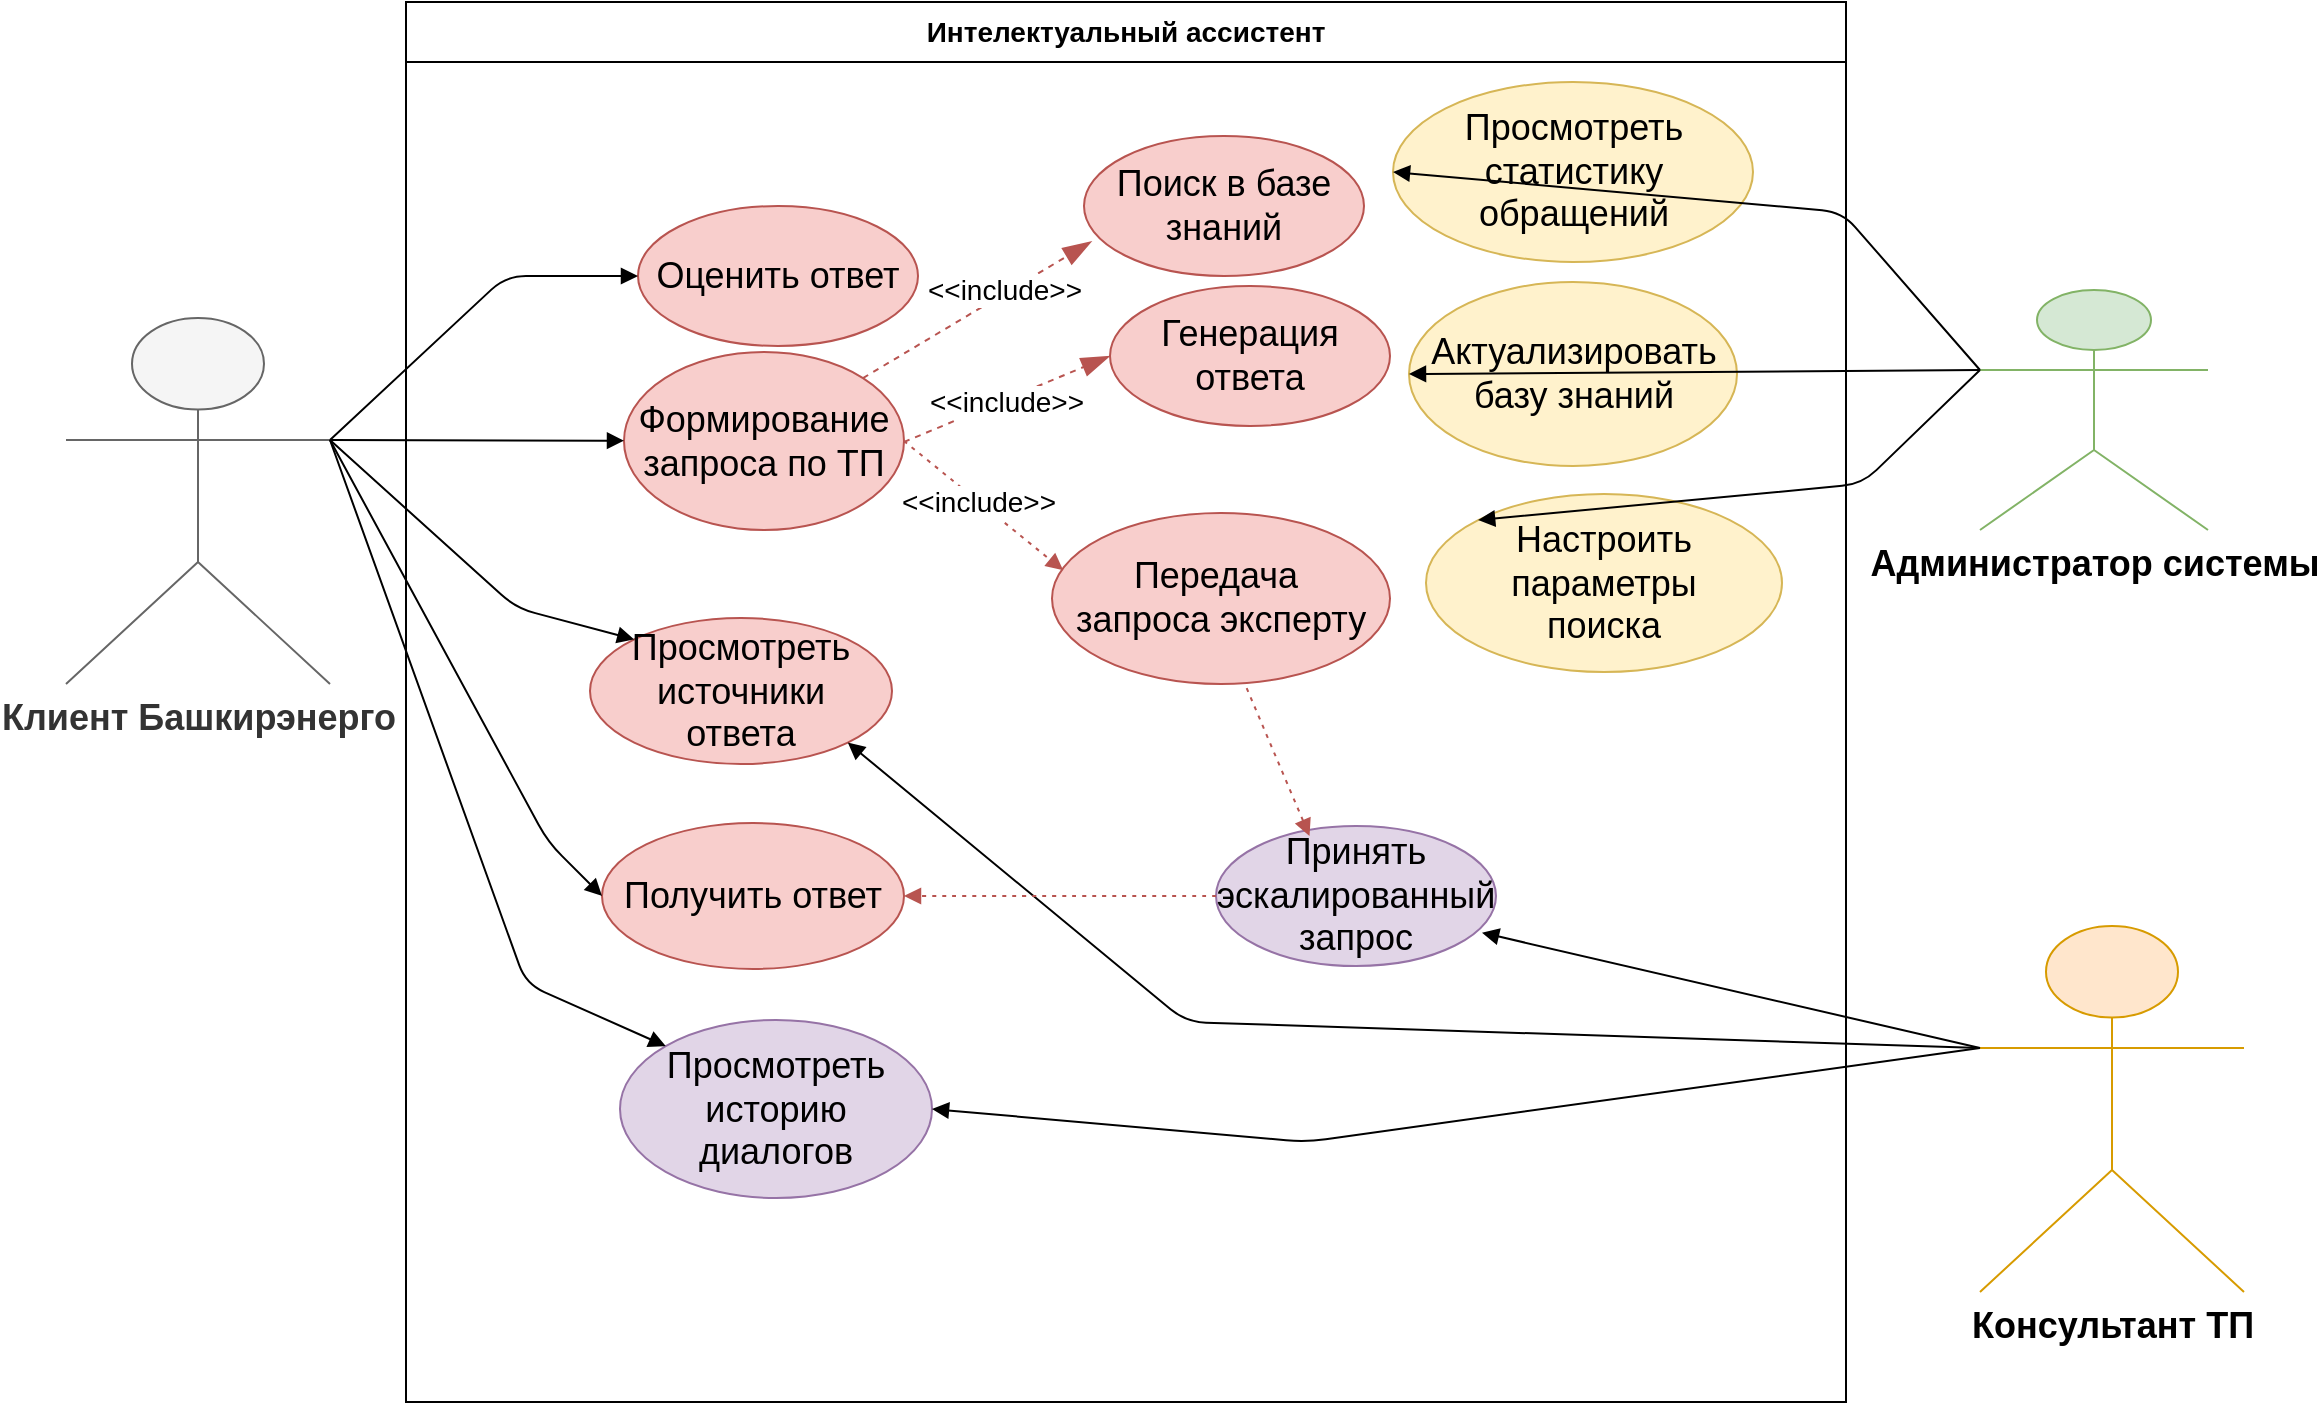
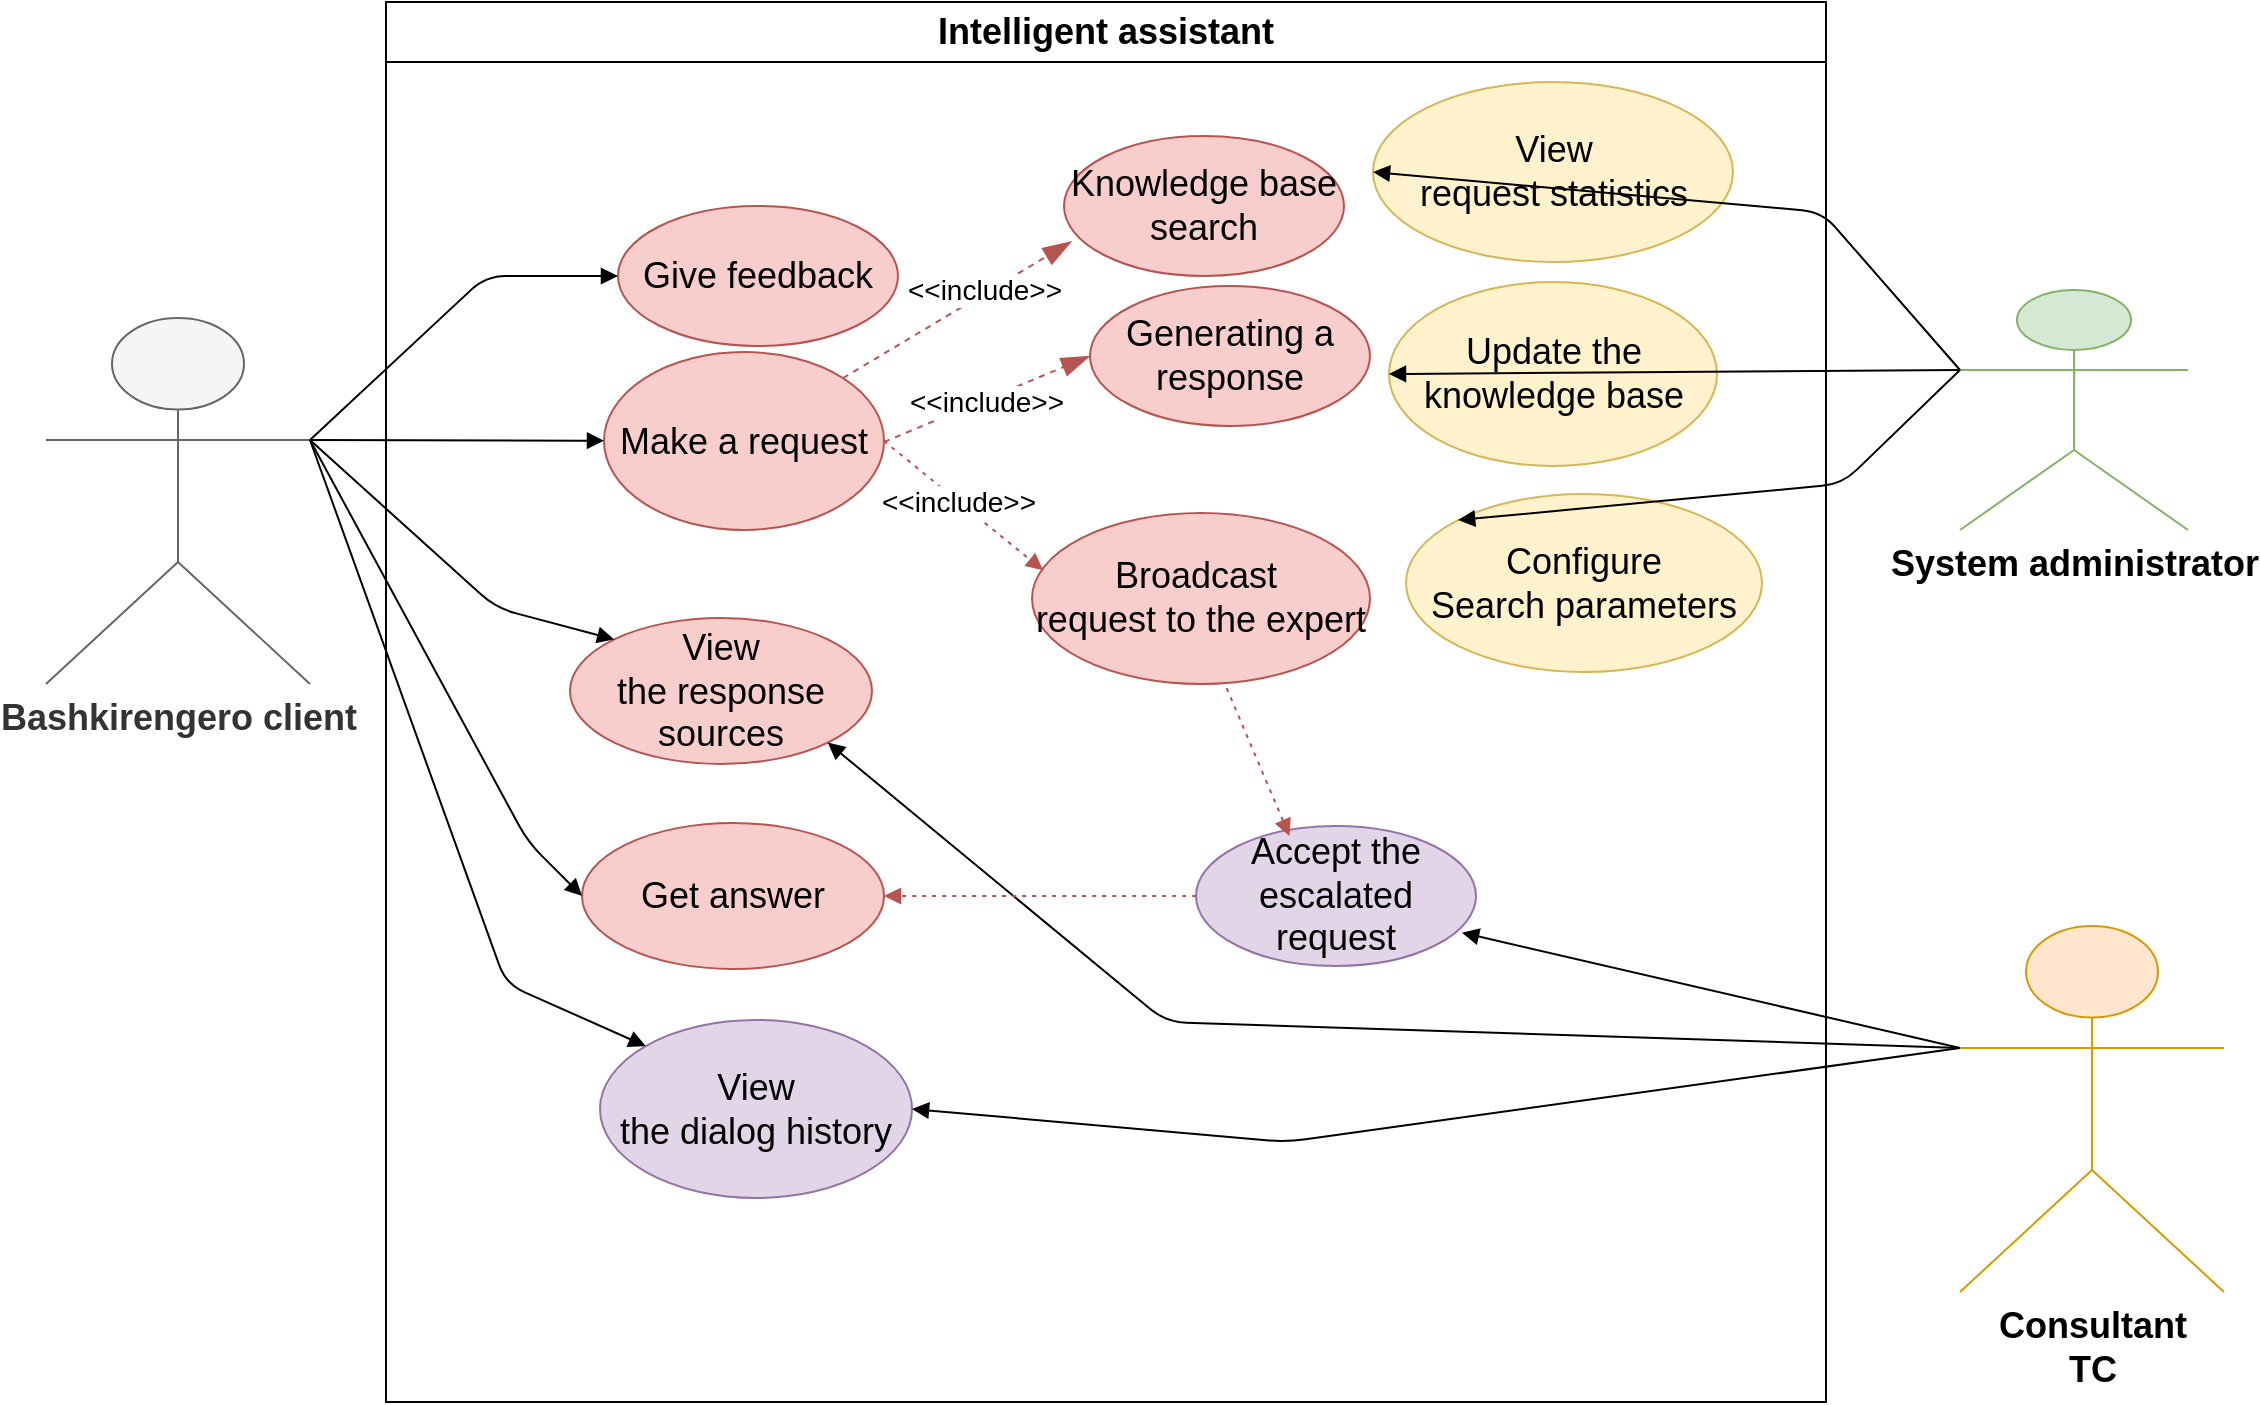
- <mxfile host="Electron" agent="Mozilla/5.0 (Windows NT 10.0; Win64; x64) AppleWebKit/537.36 (KHTML, like Gecko) draw.io/29.6.6 Chrome/144.0.7559.236 Electron/40.8.4 Safari/537.36" version="29.6.6">
+ <mxfile host="Electron" agent="Mozilla/5.0 (Windows NT 10.0; Win64; x64) AppleWebKit/537.36 (KHTML, like Gecko) draw.io/29.6.6 Chrome/144.0.7559.236 Electron/40.8.4 Safari/537.36">
  <diagram name="Страница-1" id="aIqs4D2-cnRUgTX9R6WZ">
-     <mxGraphModel dx="1303" dy="825" grid="0" gridSize="10" guides="1" tooltips="1" connect="1" arrows="1" fold="1" page="1" pageScale="1" pageWidth="1169" pageHeight="827" math="0" shadow="0">
+     <mxGraphModel dx="1471" dy="943" grid="0" gridSize="10" guides="1" tooltips="1" connect="1" arrows="1" fold="1" page="1" pageScale="1" pageWidth="1169" pageHeight="827" math="0" shadow="0">
      <root>
        <mxCell id="0" />
        <mxCell id="1" parent="0" />
        <mxCell id="nmMrQN5FTcKSBZtgDeGv-4" parent="1" style="rounded=0;whiteSpace=wrap;html=1;" value="" vertex="1">
          <mxGeometry height="700" width="720" x="210" y="72" as="geometry" />
        </mxCell>
-         <mxCell id="Z1PhII5mIWMripJAgr6w-1" parent="1" style="shape=umlActor;verticalLabelPosition=bottom;verticalAlign=top;html=1;flipH=1;legacyAnchorPoints=0;fontSize=18;fillColor=#ffe6cc;strokeColor=#d79b00;fontStyle=1" value="Консультант ТП" vertex="1">
+         <mxCell id="Z1PhII5mIWMripJAgr6w-1" parent="1" style="shape=umlActor;verticalLabelPosition=bottom;verticalAlign=top;html=1;flipH=1;legacyAnchorPoints=0;fontSize=18;fillColor=#ffe6cc;strokeColor=#d79b00;fontStyle=1" value="&lt;span class=&quot;YPkS7KbdpWfGdYKd3QB9&quot; data-src-align=&quot;0:11&quot; style=&quot;white-space: pre-wrap;&quot;&gt;Consultant TC&lt;/span&gt;" vertex="1">
          <mxGeometry height="183" width="132" x="997" y="534" as="geometry" />
        </mxCell>
-         <mxCell id="Z1PhII5mIWMripJAgr6w-2" parent="1" style="shape=umlActor;verticalLabelPosition=bottom;verticalAlign=top;html=1;flipH=1;legacyAnchorPoints=0;fontSize=18;fillColor=#d5e8d4;strokeColor=#82b366;" value="&lt;span data-path-to-node=&quot;8,2,0&quot; data-index-in-node=&quot;26&quot;&gt;&lt;b&gt;Администратор системы&lt;/b&gt;&lt;/span&gt;" vertex="1">
+         <mxCell id="Z1PhII5mIWMripJAgr6w-2" parent="1" style="shape=umlActor;verticalLabelPosition=bottom;verticalAlign=top;html=1;flipH=1;legacyAnchorPoints=0;fontSize=18;fillColor=#d5e8d4;strokeColor=#82b366;" value="&lt;span data-path-to-node=&quot;8,2,0&quot; data-index-in-node=&quot;26&quot;&gt;&lt;b&gt;System administrator&lt;/b&gt;&lt;/span&gt;" vertex="1">
          <mxGeometry height="120" width="114" x="997" y="216" as="geometry" />
        </mxCell>
-         <mxCell id="Z1PhII5mIWMripJAgr6w-3" parent="1" style="shape=umlActor;verticalLabelPosition=bottom;verticalAlign=top;html=1;fontSize=18;fillColor=#f5f5f5;strokeColor=#666666;fontColor=#333333;fontStyle=1" value="Клиент Башкирэнерго" vertex="1">
+         <mxCell id="Z1PhII5mIWMripJAgr6w-3" parent="1" style="shape=umlActor;verticalLabelPosition=bottom;verticalAlign=top;html=1;fontSize=18;fillColor=#f5f5f5;strokeColor=#666666;fontColor=#333333;fontStyle=1" value="Bashkirengero client" vertex="1">
          <mxGeometry height="183" width="132" x="40" y="230" as="geometry" />
        </mxCell>
-         <mxCell id="Z1PhII5mIWMripJAgr6w-4" parent="1" style="ellipse;whiteSpace=wrap;html=1;fontSize=18;fillColor=#f8cecc;strokeColor=#b85450;" value="Просмотреть источники&lt;br style=&quot;padding: 0px; margin: 0px;&quot;&gt;ответа" vertex="1">
+         <mxCell id="Z1PhII5mIWMripJAgr6w-4" parent="1" style="ellipse;whiteSpace=wrap;html=1;fontSize=18;fillColor=#f8cecc;strokeColor=#b85450;" value="&lt;div&gt;View&lt;/div&gt;&lt;div&gt;the response sources&lt;/div&gt;" vertex="1">
          <mxGeometry height="73" width="151" x="302" y="380" as="geometry" />
        </mxCell>
-         <mxCell id="Z1PhII5mIWMripJAgr6w-5" parent="1" style="ellipse;whiteSpace=wrap;html=1;fontSize=18;fillColor=#e1d5e7;strokeColor=#9673a6;" value="Просмотреть историю&lt;br style=&quot;padding: 0px; margin: 0px;&quot;&gt;диалогов" vertex="1">
+         <mxCell id="Z1PhII5mIWMripJAgr6w-5" parent="1" style="ellipse;whiteSpace=wrap;html=1;fontSize=18;fillColor=#e1d5e7;strokeColor=#9673a6;" value="&lt;div&gt;View&lt;/div&gt;&lt;div&gt;the dialog history&lt;/div&gt;" vertex="1">
          <mxGeometry height="89" width="156" x="317" y="581" as="geometry" />
        </mxCell>
-         <mxCell id="Z1PhII5mIWMripJAgr6w-6" parent="1" style="ellipse;whiteSpace=wrap;html=1;fontSize=18;fillColor=#f8cecc;strokeColor=#b85450;" value="Оценить ответ" vertex="1">
+         <mxCell id="Z1PhII5mIWMripJAgr6w-6" parent="1" style="ellipse;whiteSpace=wrap;html=1;fontSize=18;fillColor=#f8cecc;strokeColor=#b85450;" value="Give feedback" vertex="1">
          <mxGeometry height="70" width="140" x="326" y="174" as="geometry" />
        </mxCell>
        <mxCell id="Z1PhII5mIWMripJAgr6w-7" edge="1" parent="1" source="Z1PhII5mIWMripJAgr6w-3" style="curved=0;startArrow=none;endArrow=block;exitX=1;exitY=0.3333333333333333;rounded=1;exitDx=0;exitDy=0;exitPerimeter=0;entryX=0;entryY=0;entryDx=0;entryDy=0;fontSize=18;" target="Z1PhII5mIWMripJAgr6w-4" value="">
          <mxGeometry relative="1" as="geometry">
            <Array as="points">
              <mxPoint x="265" y="375" />
            </Array>
            <mxPoint x="687" y="243" as="sourcePoint" />
            <mxPoint x="314" y="478" as="targetPoint" />
          </mxGeometry>
        </mxCell>
        <mxCell id="Z1PhII5mIWMripJAgr6w-8" edge="1" parent="1" source="Z1PhII5mIWMripJAgr6w-3" style="curved=0;startArrow=none;endArrow=block;exitX=1;exitY=0.3333333333333333;rounded=1;exitDx=0;exitDy=0;exitPerimeter=0;entryX=0;entryY=0;entryDx=0;entryDy=0;fontSize=18;" target="Z1PhII5mIWMripJAgr6w-5" value="">
          <mxGeometry relative="1" as="geometry">
            <Array as="points">
              <mxPoint x="270" y="563" />
            </Array>
            <mxPoint x="257" y="322" as="sourcePoint" />
            <mxPoint x="388" y="260" as="targetPoint" />
          </mxGeometry>
        </mxCell>
        <mxCell id="Z1PhII5mIWMripJAgr6w-9" edge="1" parent="1" source="Z1PhII5mIWMripJAgr6w-3" style="curved=0;startArrow=none;endArrow=block;rounded=1;exitX=1;exitY=0.3333333333333333;exitDx=0;exitDy=0;exitPerimeter=0;entryX=0;entryY=0.5;entryDx=0;entryDy=0;fontSize=18;" target="Z1PhII5mIWMripJAgr6w-6" value="">
          <mxGeometry relative="1" as="geometry">
            <Array as="points">
              <mxPoint x="260" y="209" />
            </Array>
            <mxPoint x="232" y="330" as="sourcePoint" />
            <mxPoint x="411" y="397" as="targetPoint" />
          </mxGeometry>
        </mxCell>
-         <mxCell id="Z1PhII5mIWMripJAgr6w-10" parent="1" style="ellipse;whiteSpace=wrap;html=1;fontSize=18;fillColor=#f8cecc;strokeColor=#b85450;" value="&lt;span data-path-to-node=&quot;12,1,0,0&quot;&gt;&lt;b data-path-to-node=&quot;12,1,0,0&quot; data-index-in-node=&quot;0&quot;&gt;&lt;/b&gt;&lt;/span&gt;&lt;span data-path-to-node=&quot;12,1,1,0&quot;&gt;Формирование запроса по ТП&lt;/span&gt;" vertex="1">
+         <mxCell id="Z1PhII5mIWMripJAgr6w-10" parent="1" style="ellipse;whiteSpace=wrap;html=1;fontSize=18;fillColor=#f8cecc;strokeColor=#b85450;" value="&lt;span data-path-to-node=&quot;12,1,0,0&quot;&gt;&lt;b data-path-to-node=&quot;12,1,0,0&quot; data-index-in-node=&quot;0&quot;&gt;&lt;/b&gt;&lt;/span&gt;&lt;span data-path-to-node=&quot;12,1,1,0&quot;&gt;Make a request&lt;/span&gt;" vertex="1">
          <mxGeometry height="89" width="140" x="319" y="247" as="geometry" />
        </mxCell>
        <mxCell id="Z1PhII5mIWMripJAgr6w-11" edge="1" parent="1" source="Z1PhII5mIWMripJAgr6w-3" style="curved=0;startArrow=none;endArrow=block;exitX=1;exitY=0.3333333333333333;rounded=1;exitDx=0;exitDy=0;exitPerimeter=0;fontSize=18;" target="Z1PhII5mIWMripJAgr6w-10" value="">
          <mxGeometry relative="1" as="geometry">
            <Array as="points" />
            <mxPoint x="312" y="282" as="sourcePoint" />
            <mxPoint x="437" y="227" as="targetPoint" />
          </mxGeometry>
        </mxCell>
-         <mxCell id="Z1PhII5mIWMripJAgr6w-12" parent="1" style="ellipse;whiteSpace=wrap;html=1;fontSize=18;fillColor=#f8cecc;strokeColor=#b85450;" value="Поиск в базе знаний" vertex="1">
+         <mxCell id="Z1PhII5mIWMripJAgr6w-12" parent="1" style="ellipse;whiteSpace=wrap;html=1;fontSize=18;fillColor=#f8cecc;strokeColor=#b85450;" value="Knowledge base search" vertex="1">
          <mxGeometry height="70" width="140" x="549" y="139" as="geometry" />
        </mxCell>
-         <mxCell id="Z1PhII5mIWMripJAgr6w-13" parent="1" style="ellipse;whiteSpace=wrap;html=1;fontSize=18;fillColor=#f8cecc;strokeColor=#b85450;" value="Генерация ответа" vertex="1">
+         <mxCell id="Z1PhII5mIWMripJAgr6w-13" parent="1" style="ellipse;whiteSpace=wrap;html=1;fontSize=18;fillColor=#f8cecc;strokeColor=#b85450;" value="Generating a response" vertex="1">
          <mxGeometry height="70" width="140" x="562" y="214" as="geometry" />
        </mxCell>
-         <mxCell id="Z1PhII5mIWMripJAgr6w-14" parent="1" style="ellipse;whiteSpace=wrap;html=1;fontSize=18;fillColor=#e1d5e7;strokeColor=#9673a6;" value="Принять эскалированный&lt;br style=&quot;padding: 0px; margin: 0px;&quot;&gt;запрос" vertex="1">
+         <mxCell id="Z1PhII5mIWMripJAgr6w-14" parent="1" style="ellipse;whiteSpace=wrap;html=1;fontSize=18;fillColor=#e1d5e7;strokeColor=#9673a6;" value="&lt;div&gt;Accept the escalated&lt;/div&gt;&lt;div&gt;request&lt;/div&gt;" vertex="1">
          <mxGeometry height="70" width="140" x="615" y="484" as="geometry" />
        </mxCell>
        <mxCell id="Z1PhII5mIWMripJAgr6w-15" edge="1" parent="1" source="Z1PhII5mIWMripJAgr6w-1" style="curved=0;startArrow=none;endArrow=block;exitX=1;exitY=0.3333333333333333;rounded=1;exitDx=0;exitDy=0;exitPerimeter=0;fontSize=18;entryX=1;entryY=1;entryDx=0;entryDy=0;" target="Z1PhII5mIWMripJAgr6w-4" value="">
          <mxGeometry relative="1" as="geometry">
            <Array as="points">
              <mxPoint x="600" y="582" />
            </Array>
            <mxPoint x="286" y="603" as="sourcePoint" />
            <mxPoint x="420" y="957" as="targetPoint" />
          </mxGeometry>
        </mxCell>
        <mxCell id="Z1PhII5mIWMripJAgr6w-17" edge="1" parent="1" source="Z1PhII5mIWMripJAgr6w-1" style="curved=0;startArrow=none;endArrow=block;exitX=1;exitY=0.3333333333333333;rounded=1;exitDx=0;exitDy=0;exitPerimeter=0;fontSize=18;entryX=1;entryY=0.5;entryDx=0;entryDy=0;" target="Z1PhII5mIWMripJAgr6w-5" value="">
          <mxGeometry relative="1" as="geometry">
            <Array as="points">
              <mxPoint x="660" y="642" />
            </Array>
            <mxPoint x="466" y="709" as="sourcePoint" />
            <mxPoint x="560" y="672" as="targetPoint" />
          </mxGeometry>
        </mxCell>
        <mxCell id="Z1PhII5mIWMripJAgr6w-18" edge="1" parent="1" source="Z1PhII5mIWMripJAgr6w-1" style="curved=0;startArrow=none;endArrow=block;exitX=1;exitY=0.3333333333333333;rounded=1;exitDx=0;exitDy=0;exitPerimeter=0;entryX=0.95;entryY=0.762;entryDx=0;entryDy=0;entryPerimeter=0;fontSize=18;" target="Z1PhII5mIWMripJAgr6w-14" value="">
          <mxGeometry relative="1" as="geometry">
            <Array as="points" />
            <mxPoint x="298" y="675" as="sourcePoint" />
            <mxPoint x="413" y="659" as="targetPoint" />
          </mxGeometry>
        </mxCell>
-         <mxCell id="Z1PhII5mIWMripJAgr6w-19" parent="1" style="ellipse;whiteSpace=wrap;html=1;flipH=1;legacyAnchorPoints=0;fontSize=18;fillColor=#fff2cc;strokeColor=#d6b656;" value="Просмотреть статистику&lt;br style=&quot;padding: 0px; margin: 0px;&quot;&gt;обращений" vertex="1">
+         <mxCell id="Z1PhII5mIWMripJAgr6w-19" parent="1" style="ellipse;whiteSpace=wrap;html=1;flipH=1;legacyAnchorPoints=0;fontSize=18;fillColor=#fff2cc;strokeColor=#d6b656;" value="&lt;div&gt;View&lt;/div&gt;&lt;div&gt;request statistics&lt;/div&gt;" vertex="1">
          <mxGeometry height="90" width="180" x="703.5" y="112" as="geometry" />
        </mxCell>
-         <mxCell id="Z1PhII5mIWMripJAgr6w-20" parent="1" style="ellipse;whiteSpace=wrap;html=1;flipH=1;legacyAnchorPoints=0;fontSize=18;fillColor=#fff2cc;strokeColor=#d6b656;" value="Актуализировать базу знаний" vertex="1">
+         <mxCell id="Z1PhII5mIWMripJAgr6w-20" parent="1" style="ellipse;whiteSpace=wrap;html=1;flipH=1;legacyAnchorPoints=0;fontSize=18;fillColor=#fff2cc;strokeColor=#d6b656;" value="Update the knowledge base" vertex="1">
          <mxGeometry height="92" width="164" x="711.5" y="212" as="geometry" />
        </mxCell>
-         <mxCell id="Z1PhII5mIWMripJAgr6w-21" parent="1" style="ellipse;whiteSpace=wrap;html=1;flipH=1;legacyAnchorPoints=0;fontSize=18;fillColor=#fff2cc;strokeColor=#d6b656;" value="Настроить параметры&lt;br style=&quot;padding: 0px; margin: 0px;&quot;&gt;поиска" vertex="1">
+         <mxCell id="Z1PhII5mIWMripJAgr6w-21" parent="1" style="ellipse;whiteSpace=wrap;html=1;flipH=1;legacyAnchorPoints=0;fontSize=18;fillColor=#fff2cc;strokeColor=#d6b656;" value="&lt;div&gt;Configure&lt;/div&gt;&lt;div&gt;Search parameters&lt;/div&gt;" vertex="1">
          <mxGeometry height="89" width="178" x="720" y="318" as="geometry" />
        </mxCell>
        <mxCell id="Z1PhII5mIWMripJAgr6w-22" edge="1" parent="1" source="Z1PhII5mIWMripJAgr6w-2" style="curved=0;startArrow=none;endArrow=block;exitX=1;exitY=0.3333333333333333;rounded=1;exitDx=0;exitDy=0;exitPerimeter=0;entryX=0;entryY=0.5;entryDx=0;entryDy=0;fontSize=18;" target="Z1PhII5mIWMripJAgr6w-19" value="">
          <mxGeometry relative="1" as="geometry">
            <Array as="points">
              <mxPoint x="928" y="177" />
            </Array>
            <mxPoint x="1104" y="291" as="sourcePoint" />
            <mxPoint x="987" y="338" as="targetPoint" />
          </mxGeometry>
        </mxCell>
        <mxCell id="Z1PhII5mIWMripJAgr6w-23" edge="1" parent="1" source="Z1PhII5mIWMripJAgr6w-2" style="curved=0;startArrow=none;endArrow=block;exitX=1;exitY=0.3333333333333333;rounded=1;exitDx=0;exitDy=0;exitPerimeter=0;entryX=0;entryY=0.5;entryDx=0;entryDy=0;fontSize=18;" target="Z1PhII5mIWMripJAgr6w-20" value="">
          <mxGeometry relative="1" as="geometry">
            <Array as="points" />
            <mxPoint x="1045.348" y="319" as="sourcePoint" />
            <mxPoint x="928.348" y="366" as="targetPoint" />
          </mxGeometry>
        </mxCell>
        <mxCell id="Z1PhII5mIWMripJAgr6w-24" edge="1" parent="1" source="Z1PhII5mIWMripJAgr6w-2" style="curved=0;startArrow=none;endArrow=block;exitX=1;exitY=0.3333333333333333;rounded=1;exitDx=0;exitDy=0;exitPerimeter=0;entryX=0;entryY=0;entryDx=0;entryDy=0;fontSize=18;" target="Z1PhII5mIWMripJAgr6w-21" value="">
          <mxGeometry relative="1" as="geometry">
            <Array as="points">
              <mxPoint x="938" y="313" />
            </Array>
            <mxPoint x="1081.9140000000007" y="352" as="sourcePoint" />
            <mxPoint x="923.5289796344955" y="354.3348401793046" as="targetPoint" />
          </mxGeometry>
        </mxCell>
-         <mxCell id="Z1PhII5mIWMripJAgr6w-25" parent="1" style="ellipse;whiteSpace=wrap;html=1;fontSize=18;fillColor=#f8cecc;strokeColor=#b85450;" value="Получить ответ" vertex="1">
+         <mxCell id="Z1PhII5mIWMripJAgr6w-25" parent="1" style="ellipse;whiteSpace=wrap;html=1;fontSize=18;fillColor=#f8cecc;strokeColor=#b85450;" value="Get answer" vertex="1">
          <mxGeometry height="73" width="151" x="308" y="482.5" as="geometry" />
        </mxCell>
        <mxCell id="Z1PhII5mIWMripJAgr6w-26" edge="1" parent="1" source="Z1PhII5mIWMripJAgr6w-3" style="curved=0;startArrow=none;endArrow=block;exitX=1;exitY=0.3333333333333333;rounded=1;exitDx=0;exitDy=0;exitPerimeter=0;entryX=0;entryY=0.5;entryDx=0;entryDy=0;fontSize=18;" target="Z1PhII5mIWMripJAgr6w-25" value="">
          <mxGeometry relative="1" as="geometry">
            <Array as="points">
              <mxPoint x="281" y="492" />
            </Array>
            <mxPoint x="326" y="467" as="sourcePoint" />
            <mxPoint x="438" y="581" as="targetPoint" />
          </mxGeometry>
        </mxCell>
        <mxCell id="Z1PhII5mIWMripJAgr6w-27" edge="1" parent="1" source="Z1PhII5mIWMripJAgr6w-14" style="curved=1;dashed=1;dashPattern=2 3;startArrow=none;endArrow=block;exitX=0;exitY=0.5;rounded=0;exitDx=0;exitDy=0;entryX=1;entryY=0.5;entryDx=0;entryDy=0;fontSize=18;fillColor=#f8cecc;strokeColor=#b85450;" target="Z1PhII5mIWMripJAgr6w-25" value="">
          <mxGeometry relative="1" as="geometry">
            <Array as="points" />
            <mxPoint x="518" y="525" as="sourcePoint" />
            <mxPoint x="630" y="638" as="targetPoint" />
          </mxGeometry>
        </mxCell>
-         <mxCell id="Z1PhII5mIWMripJAgr6w-28" parent="1" style="ellipse;whiteSpace=wrap;html=1;fontSize=18;fillColor=#f8cecc;strokeColor=#b85450;" value="Передача&amp;nbsp;&lt;div&gt;запроса эксперту&lt;/div&gt;" vertex="1">
+         <mxCell id="Z1PhII5mIWMripJAgr6w-28" parent="1" style="ellipse;whiteSpace=wrap;html=1;fontSize=18;fillColor=#f8cecc;strokeColor=#b85450;" value="&lt;div&gt;Broadcast&amp;nbsp;&lt;/div&gt;&lt;div&gt;request to the expert&lt;/div&gt;" vertex="1">
          <mxGeometry height="85.5" width="169" x="533" y="327.5" as="geometry" />
        </mxCell>
        <mxCell id="Z1PhII5mIWMripJAgr6w-29" edge="1" parent="1" source="Z1PhII5mIWMripJAgr6w-10" style="curved=1;dashed=1;dashPattern=2 3;startArrow=none;endArrow=block;exitX=1;exitY=0.5;rounded=0;exitDx=0;exitDy=0;fontSize=18;fillColor=#f8cecc;strokeColor=#b85450;entryX=0.033;entryY=0.335;entryDx=0;entryDy=0;entryPerimeter=0;" target="Z1PhII5mIWMripJAgr6w-28" value="">
          <mxGeometry relative="1" as="geometry">
            <Array as="points" />
            <mxPoint x="499" y="322" as="sourcePoint" />
            <mxPoint x="608" y="330" as="targetPoint" />
          </mxGeometry>
        </mxCell>
        <mxCell id="Z1PhII5mIWMripJAgr6w-32" edge="1" parent="1" source="Z1PhII5mIWMripJAgr6w-10" style="endArrow=blockThin;endSize=12;dashed=1;html=1;rounded=0;endFill=1;fillColor=#f8cecc;strokeColor=#b85450;exitX=1;exitY=0;exitDx=0;exitDy=0;entryX=0.027;entryY=0.754;entryDx=0;entryDy=0;entryPerimeter=0;" target="Z1PhII5mIWMripJAgr6w-12" value="">
          <mxGeometry relative="1" width="160" as="geometry">
            <mxPoint x="537" y="225" as="sourcePoint" />
            <mxPoint x="710" y="236.97000000000025" as="targetPoint" />
          </mxGeometry>
        </mxCell>
        <mxCell id="nmMrQN5FTcKSBZtgDeGv-1" connectable="0" parent="Z1PhII5mIWMripJAgr6w-32" style="edgeLabel;html=1;align=center;verticalAlign=middle;resizable=0;points=[];" value="&lt;font style=&quot;font-size: 14px;&quot;&gt;&amp;lt;&amp;lt;include&amp;gt;&amp;gt;&lt;/font&gt;" vertex="1">
          <mxGeometry relative="1" x="-0.112" y="-4" as="geometry">
            <mxPoint x="18" y="-17" as="offset" />
          </mxGeometry>
        </mxCell>
        <mxCell id="Z1PhII5mIWMripJAgr6w-33" edge="1" parent="1" style="endArrow=blockThin;endSize=12;dashed=1;html=1;rounded=0;endFill=1;fillColor=#f8cecc;strokeColor=#b85450;entryX=0;entryY=0.5;entryDx=0;entryDy=0;" target="Z1PhII5mIWMripJAgr6w-13" value="">
          <mxGeometry relative="1" width="160" as="geometry">
            <mxPoint x="459" y="292" as="sourcePoint" />
            <mxPoint x="659" y="247" as="targetPoint" />
          </mxGeometry>
        </mxCell>
        <mxCell id="Z1PhII5mIWMripJAgr6w-35" edge="1" parent="1" source="Z1PhII5mIWMripJAgr6w-28" style="curved=0;dashed=1;dashPattern=2 3;startArrow=none;endArrow=block;rounded=1;fontSize=18;fillColor=#f8cecc;strokeColor=#b85450;entryX=0.334;entryY=0.071;entryDx=0;entryDy=0;exitX=0.576;exitY=1.024;exitDx=0;exitDy=0;exitPerimeter=0;entryPerimeter=0;" target="Z1PhII5mIWMripJAgr6w-14" value="">
          <mxGeometry relative="1" as="geometry">
            <Array as="points" />
            <mxPoint x="830" y="402" as="sourcePoint" />
            <mxPoint x="597" y="557" as="targetPoint" />
          </mxGeometry>
        </mxCell>
        <mxCell id="nmMrQN5FTcKSBZtgDeGv-2" connectable="0" parent="1" style="edgeLabel;html=1;align=center;verticalAlign=middle;resizable=0;points=[];" value="&lt;font style=&quot;font-size: 14px;&quot;&gt;&amp;lt;&amp;lt;include&amp;gt;&amp;gt;&lt;/font&gt;" vertex="1">
          <mxGeometry x="509.75" y="272" as="geometry" />
        </mxCell>
        <mxCell id="nmMrQN5FTcKSBZtgDeGv-3" connectable="0" parent="1" style="edgeLabel;html=1;align=center;verticalAlign=middle;resizable=0;points=[];" value="&lt;font style=&quot;font-size: 14px;&quot;&gt;&amp;lt;&amp;lt;include&amp;gt;&amp;gt;&lt;/font&gt;" vertex="1">
          <mxGeometry x="632" y="318" as="geometry">
            <mxPoint x="-136" y="4" as="offset" />
          </mxGeometry>
        </mxCell>
-         <mxCell id="nmMrQN5FTcKSBZtgDeGv-5" parent="1" style="rounded=0;whiteSpace=wrap;html=1;" value="&lt;b&gt;&lt;font style=&quot;font-size: 14px;&quot;&gt;Интелектуальный ассистент&lt;/font&gt;&lt;/b&gt;" vertex="1">
+         <mxCell id="nmMrQN5FTcKSBZtgDeGv-5" parent="1" style="rounded=0;whiteSpace=wrap;html=1;" value="&lt;b style=&quot;&quot;&gt;&lt;font style=&quot;font-size: 18px;&quot;&gt;Intelligent assistant&lt;/font&gt;&lt;/b&gt;" vertex="1">
          <mxGeometry height="30" width="720" x="210" y="72" as="geometry" />
        </mxCell>
      </root>
    </mxGraphModel>
  </diagram>
</mxfile>
